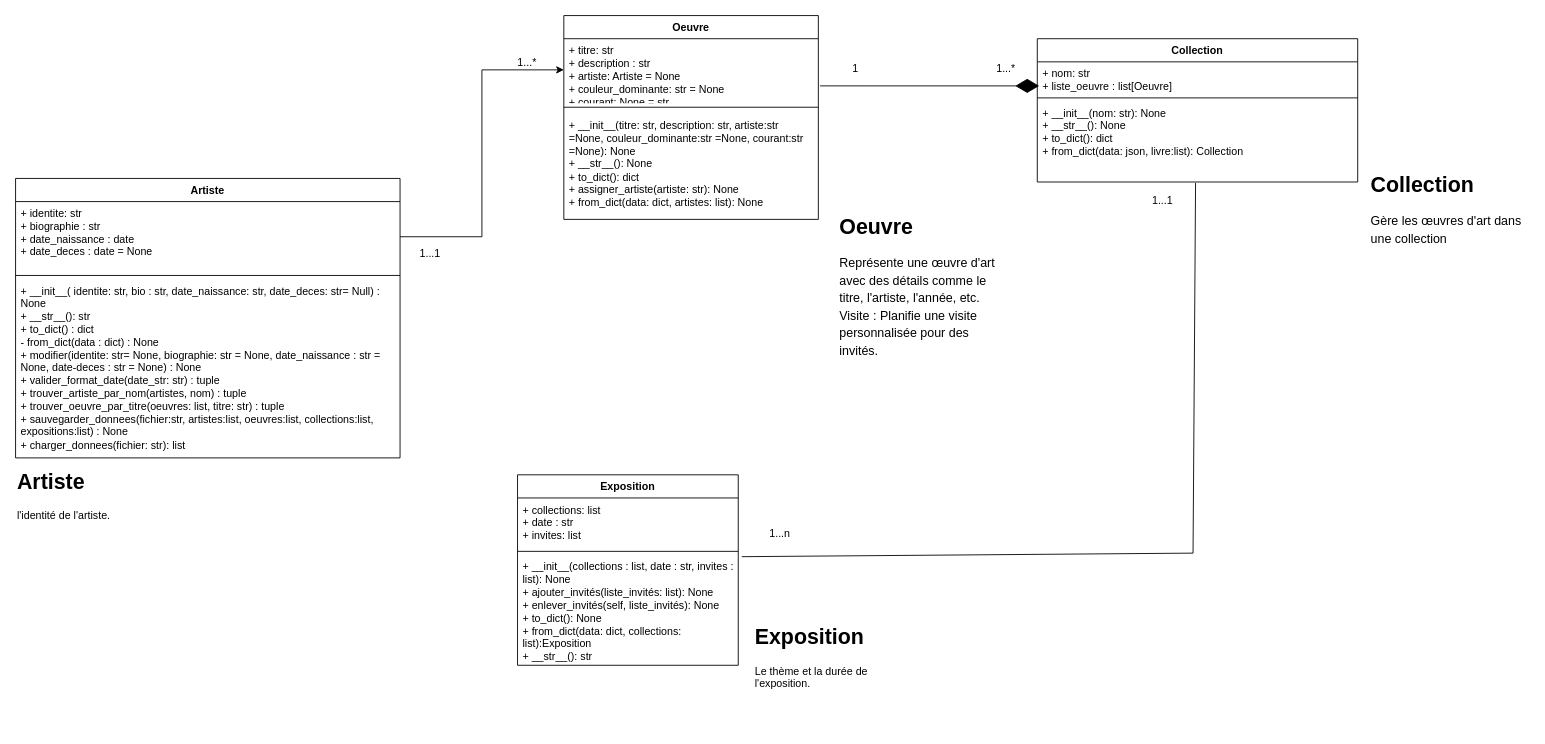
Before: artefile_uml.drawio in akbarNz/projet_dev_ba2, a draw.io diagram. Source tidied: cells renumbered, new cells numbered last; positions are measured from the earlier drawing's top-left corner, leaving out a move shared by most shapes. Both pictures are drawn from the tidied source at 89%, with x=0, y=0 at pixel (15, 15).
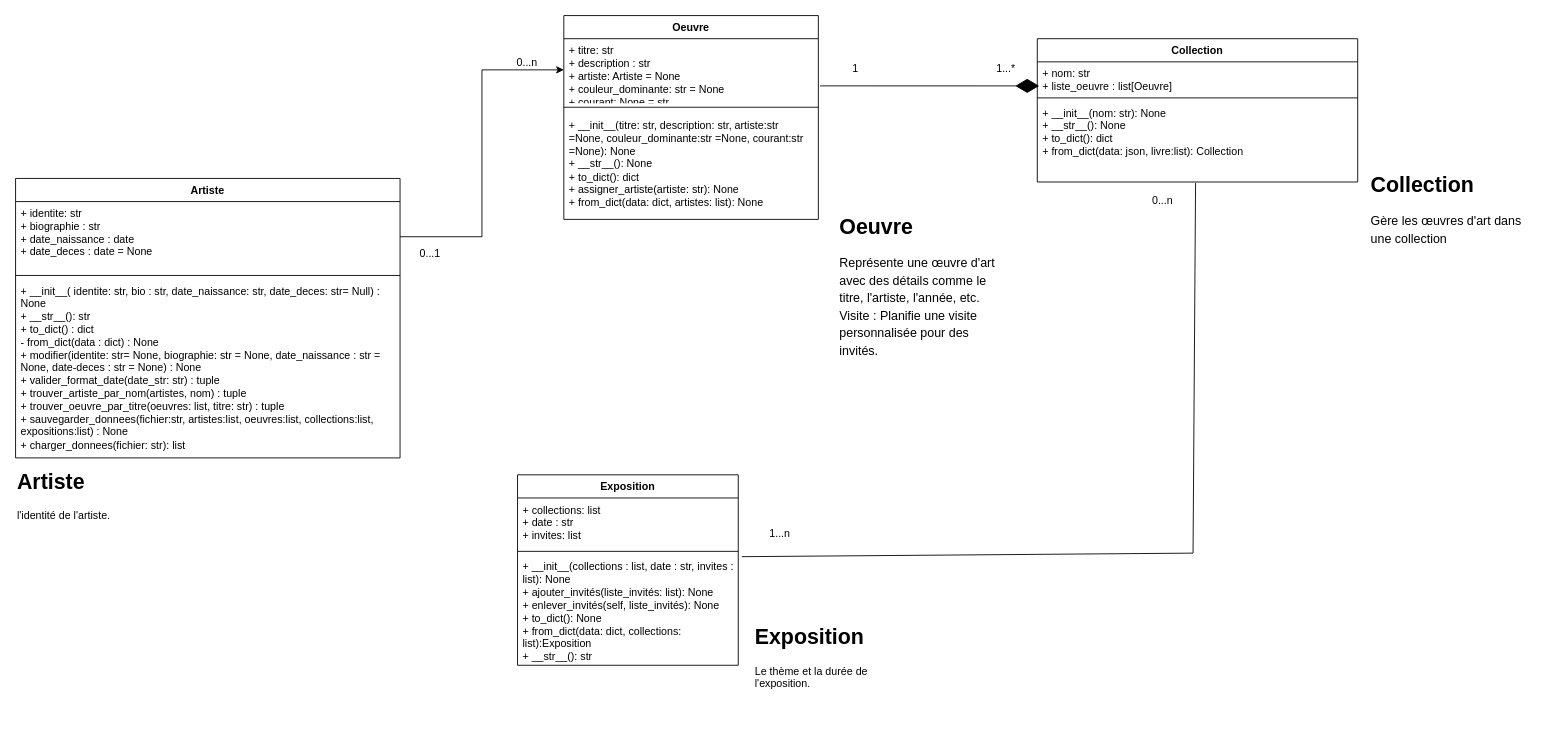
After the change.

Commit message:
Mettre à jour artefile_uml.drawio

Change to the diagram source:
```diff
@@
-    <mxCell id="20" value="1...*" style="text;html=1;align=center;verticalAlign=middle;whiteSpace=wrap;rounded=0;" parent="1" vertex="1">
+    <mxCell id="20" value="0...n" style="text;html=1;align=center;verticalAlign=middle;whiteSpace=wrap;rounded=0;" parent="1" vertex="1">
       <mxGeometry x="545" y="38" width="60" height="30" as="geometry" />
     </mxCell>
-    <mxCell id="21" value="1...1" style="text;html=1;align=center;verticalAlign=middle;whiteSpace=wrap;rounded=0;" parent="1" vertex="1">
+    <mxCell id="21" value="0&lt;span style=&quot;background-color: initial;&quot;&gt;...1&lt;/span&gt;" style="text;html=1;align=center;verticalAlign=middle;whiteSpace=wrap;rounded=0;" parent="1" vertex="1">
       <mxGeometry x="436" y="253" width="60" height="30" as="geometry" />
     </mxCell>
@@
-    <mxCell id="30" value="1...1" style="text;html=1;align=center;verticalAlign=middle;whiteSpace=wrap;rounded=0;" parent="1" vertex="1">
+    <mxCell id="30" value="0...n" style="text;html=1;align=center;verticalAlign=middle;whiteSpace=wrap;rounded=0;" parent="1" vertex="1">
       <mxGeometry x="1259" y="193" width="60" height="30" as="geometry" />
     </mxCell>
```
